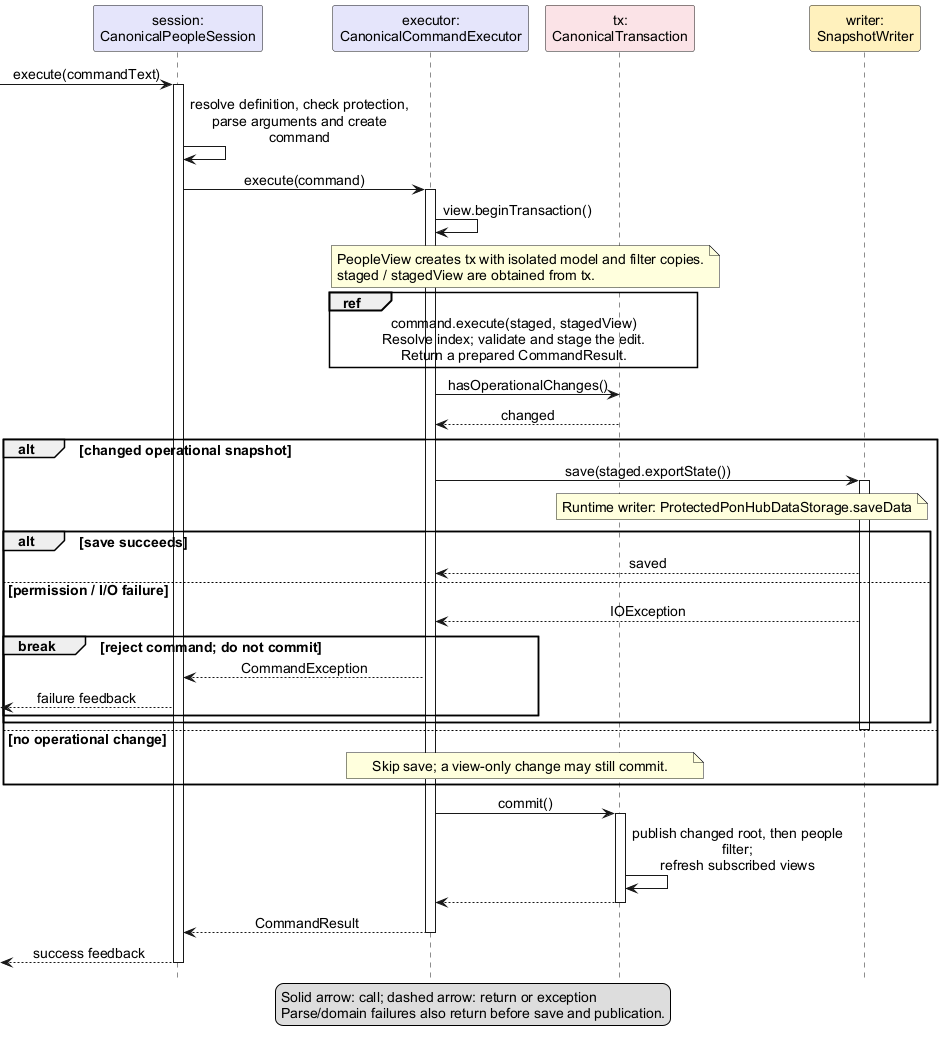
Before: docs/images/ArchitectureSequenceDiagram.png, a diagram exported from PlantUML (AY2627S1-CS2103T-F13-3/tp).
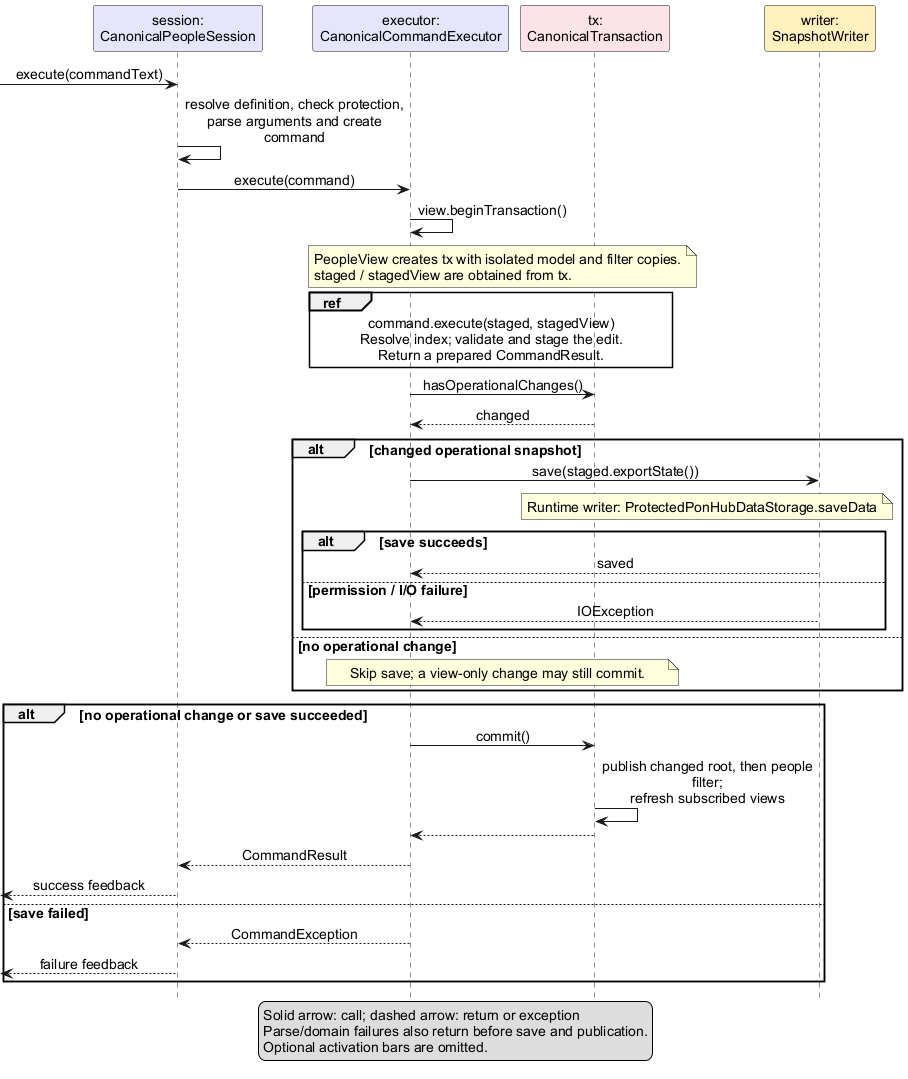
Above is the later version.

Commit message:
Correct command sequence failure paths

The nested break did not exclude later commit unambiguously, and
activation bars outlived their shown returns. Use exclusive outcome
alternatives and omit optional bars while preserving staged save and
publication ordering. Update the editable diagram, PNG and DG together.

The edit, as a diff of the source:
```diff
@@ -10,10 +10,8 @@
 participant "tx:\nCanonicalTransaction" as Tx #FBE3E6
 participant "writer:\nSnapshotWriter" as Writer #FFF0BD
 [-> Session : execute(commandText)
-activate Session
 Session -> Session : resolve definition, check protection,\nparse arguments and create command
 Session -> Executor : execute(command)
-activate Executor
 Executor -> Executor : view.beginTransaction()
 note over Executor, Tx
   PeopleView creates tx with isolated model and filter copies.
@@ -28,7 +26,6 @@
 Tx --> Executor : changed
 alt changed operational snapshot
   Executor -> Writer : save(staged.exportState())
-  activate Writer
   note over Tx, Writer
     Runtime writer: ProtectedPonHubDataStorage.saveData
   end note
@@ -36,26 +33,23 @@
     Writer --> Executor : saved
   else permission / I/O failure
     Writer --> Executor : IOException
-    break reject command; do not commit
-      Executor --> Session : CommandException
-      [<-- Session : failure feedback
-    end
   end
-  deactivate Writer
 else no operational change
   note over Executor, Tx : Skip save; a view-only change may still commit.
 end
-Executor -> Tx : commit()
-activate Tx
-Tx -> Tx : publish changed root, then people filter;\nrefresh subscribed views
-Tx --> Executor
-deactivate Tx
-Executor --> Session : CommandResult
-deactivate Executor
-[<-- Session : success feedback
-deactivate Session
+alt no operational change or save succeeded
+  Executor -> Tx : commit()
+  Tx -> Tx : publish changed root, then people filter;\nrefresh subscribed views
+  Tx --> Executor
+  Executor --> Session : CommandResult
+  [<-- Session : success feedback
+else save failed
+  Executor --> Session : CommandException
+  [<-- Session : failure feedback
+end
 legend bottom
   Solid arrow: call; dashed arrow: return or exception
   Parse/domain failures also return before save and publication.
+  Optional activation bars are omitted.
 endlegend
 @enduml
```
